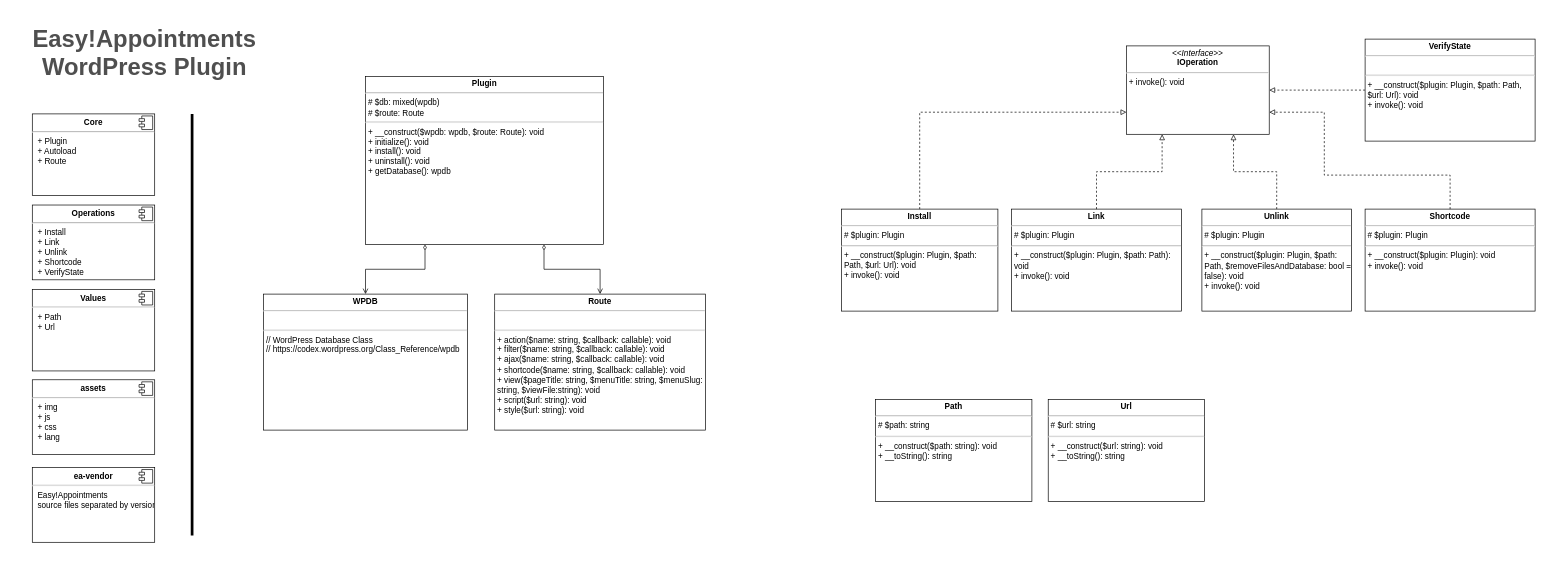
The draw.io diagram doc/class-diagram.drawio.xml in alextselegidis/easyappointments-wordpress, before the edit. Source tidied: cells renumbered, new cells numbered last; positions are measured from the earlier drawing's top-left corner, leaving out a move shared by most shapes. Both pictures are drawn from the tidied source at 68%, with x=0, y=0 at pixel (12, 12).
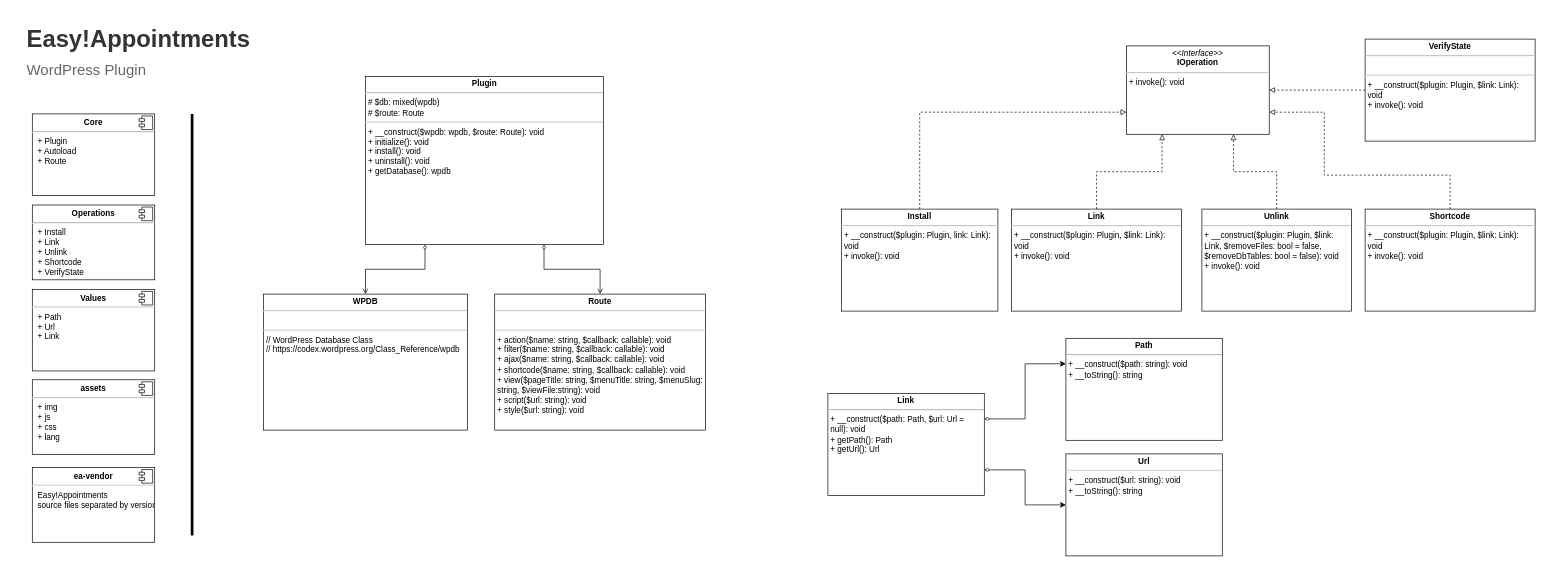
After the change.

Commit message (it also covers changes not shown here):
Updated UML diagrams with new information.

Change to the diagram source:
```diff
@@
-    <mxCell id="2" value="Easy!Appointments &lt;br&gt;WordPress Plugin" style="text;html=1;strokeColor=none;fillColor=none;align=center;verticalAlign=middle;whiteSpace=wrap;overflow=hidden;fontSize=35;fontStyle=1;fontColor=#4F4F4F;" parent="1" vertex="1">
-      <mxGeometry width="390" height="120" as="geometry" />
+    <mxCell id="2" value="&lt;font color=&quot;#333333&quot;&gt;Easy!Appointments&lt;/font&gt; &lt;br&gt;&lt;font style=&quot;font-size: 22px ; font-weight: normal&quot; color=&quot;#666666&quot;&gt;WordPress Plugin&lt;/font&gt;" style="text;html=1;strokeColor=none;fillColor=none;align=left;verticalAlign=middle;whiteSpace=wrap;overflow=hidden;fontSize=35;fontStyle=1;fontColor=#4F4F4F;" parent="1" vertex="1">
+      <mxGeometry x="20" width="390" height="120" as="geometry" />
     </mxCell>
@@
-    <mxCell id="13" value="&lt;p style=&quot;margin: 0px ; margin-top: 4px ; text-align: center&quot;&gt;&lt;b&gt;Install&lt;/b&gt;&lt;/p&gt;&lt;hr&gt;&lt;p style=&quot;margin: 0px ; margin-left: 4px&quot;&gt;&lt;span style=&quot;line-height: 15.1199998855591px&quot;&gt;# $plugin: Plugin&lt;/span&gt;&lt;br&gt;&lt;/p&gt;&lt;hr&gt;&lt;p style=&quot;margin: 0px ; margin-left: 4px&quot;&gt;+ __construct($plugin: Plugin, $path: Path, $url: Url&lt;span style=&quot;line-height: 1.26&quot;&gt;): void&lt;/span&gt;&lt;/p&gt;&lt;p style=&quot;margin: 0px ; margin-left: 4px&quot;&gt;+ invoke(): void&lt;/p&gt;" style="verticalAlign=top;align=left;overflow=fill;fontSize=12;fontFamily=Helvetica;html=1;whiteSpace=wrap;" parent="1" vertex="1">
+    <mxCell id="13" value="&lt;p style=&quot;margin: 0px ; margin-top: 4px ; text-align: center&quot;&gt;&lt;b&gt;Install&lt;/b&gt;&lt;/p&gt;&lt;hr&gt;&lt;p style=&quot;margin: 0px ; margin-left: 4px&quot;&gt;&lt;/p&gt;&lt;p style=&quot;margin: 0px ; margin-left: 4px&quot;&gt;&lt;span style=&quot;line-height: 1.2&quot;&gt;+ __construct($plugin: Plugin, link: Link&lt;/span&gt;&lt;span style=&quot;line-height: 1.26&quot;&gt;): void&lt;/span&gt;&lt;br&gt;&lt;/p&gt;&lt;p style=&quot;margin: 0px ; margin-left: 4px&quot;&gt;+ invoke(): void&lt;/p&gt;" style="verticalAlign=top;align=left;overflow=fill;fontSize=12;fontFamily=Helvetica;html=1;whiteSpace=wrap;" parent="1" vertex="1">
       <mxGeometry x="1220" y="290" width="230" height="150" as="geometry" />
     </mxCell>
-    <mxCell id="14" value="&lt;p style=&quot;margin: 0px ; margin-top: 4px ; text-align: center&quot;&gt;&lt;b&gt;Link&lt;/b&gt;&lt;/p&gt;&lt;hr&gt;&lt;p style=&quot;margin: 0px ; margin-left: 4px&quot;&gt;&lt;span style=&quot;line-height: 15.1199998855591px&quot;&gt;# $plugin: Plugin&lt;/span&gt;&lt;br&gt;&lt;/p&gt;&lt;hr&gt;&lt;p style=&quot;line-height: 15.1199998855591px ; margin: 0px 0px 0px 4px&quot;&gt;+ __construct($plugin: Plugin, $path: Path): void&lt;/p&gt;&lt;p style=&quot;line-height: 15.1199998855591px ; margin: 0px 0px 0px 4px&quot;&gt;+ invoke(): void&lt;/p&gt;" style="verticalAlign=top;align=left;overflow=fill;fontSize=12;fontFamily=Helvetica;html=1;whiteSpace=wrap;" parent="1" vertex="1">
+    <mxCell id="14" value="&lt;p style=&quot;margin: 0px ; margin-top: 4px ; text-align: center&quot;&gt;&lt;b&gt;Link&lt;/b&gt;&lt;/p&gt;&lt;hr&gt;&lt;p style=&quot;margin: 0px ; margin-left: 4px&quot;&gt;&lt;/p&gt;&lt;p style=&quot;line-height: 15.1199998855591px ; margin: 0px 0px 0px 4px&quot;&gt;+ __construct($plugin: Plugin, $link: Link): void&lt;/p&gt;&lt;p style=&quot;line-height: 15.1199998855591px ; margin: 0px 0px 0px 4px&quot;&gt;+ invoke(): void&lt;/p&gt;" style="verticalAlign=top;align=left;overflow=fill;fontSize=12;fontFamily=Helvetica;html=1;whiteSpace=wrap;" parent="1" vertex="1">
       <mxGeometry x="1470" y="290" width="250" height="150" as="geometry" />
     </mxCell>
@@
-    <mxCell id="18" value="&lt;p style=&quot;margin: 0px ; margin-top: 4px ; text-align: center&quot;&gt;&lt;b&gt;Shortcode&lt;/b&gt;&lt;/p&gt;&lt;hr&gt;&lt;p style=&quot;margin: 0px ; margin-left: 4px&quot;&gt;&lt;span style=&quot;line-height: 15.1199998855591px&quot;&gt;# $plugin: Plugin&lt;/span&gt;&lt;br&gt;&lt;/p&gt;&lt;hr&gt;&lt;p style=&quot;line-height: 15.1199998855591px ; margin: 0px 0px 0px 4px&quot;&gt;+ __construct($plugin: Plugin): void&lt;/p&gt;&lt;p style=&quot;line-height: 15.1199998855591px ; margin: 0px 0px 0px 4px&quot;&gt;+ invoke(): void&lt;/p&gt;" style="verticalAlign=top;align=left;overflow=fill;fontSize=12;fontFamily=Helvetica;html=1;whiteSpace=wrap;" parent="1" vertex="1">
+    <mxCell id="18" value="&lt;p style=&quot;margin: 0px ; margin-top: 4px ; text-align: center&quot;&gt;&lt;b&gt;Shortcode&lt;/b&gt;&lt;/p&gt;&lt;hr&gt;&lt;p style=&quot;margin: 0px ; margin-left: 4px&quot;&gt;&lt;/p&gt;&lt;p style=&quot;line-height: 15.1199998855591px ; margin: 0px 0px 0px 4px&quot;&gt;+ __construct($plugin: Plugin, $link: Link): void&lt;/p&gt;&lt;p style=&quot;line-height: 15.1199998855591px ; margin: 0px 0px 0px 4px&quot;&gt;+ invoke(): void&lt;/p&gt;" style="verticalAlign=top;align=left;overflow=fill;fontSize=12;fontFamily=Helvetica;html=1;whiteSpace=wrap;" parent="1" vertex="1">
       <mxGeometry x="1990" y="290" width="250" height="150" as="geometry" />
     </mxCell>
@@
-    <mxCell id="25" value="&lt;p style=&quot;margin: 0px ; margin-top: 4px ; text-align: center&quot;&gt;&lt;b&gt;Unlink&lt;/b&gt;&lt;/p&gt;&lt;hr&gt;&lt;p style=&quot;margin: 0px ; margin-left: 4px&quot;&gt;&lt;span style=&quot;line-height: 15.1199998855591px&quot;&gt;# $plugin: Plugin&lt;/span&gt;&lt;br&gt;&lt;/p&gt;&lt;hr&gt;&lt;p style=&quot;line-height: 15.1199998855591px ; margin: 0px 0px 0px 4px&quot;&gt;+ __construct($plugin: Plugin, $path: Path, $removeFilesAndDatabase: bool = false): void&lt;/p&gt;&lt;p style=&quot;line-height: 15.1199998855591px ; margin: 0px 0px 0px 4px&quot;&gt;+ invoke(): void&lt;/p&gt;" style="verticalAlign=top;align=left;overflow=fill;fontSize=12;fontFamily=Helvetica;html=1;whiteSpace=wrap;" parent="1" vertex="1">
+    <mxCell id="25" value="&lt;p style=&quot;margin: 0px ; margin-top: 4px ; text-align: center&quot;&gt;&lt;b&gt;Unlink&lt;/b&gt;&lt;/p&gt;&lt;hr&gt;&lt;p style=&quot;margin: 0px ; margin-left: 4px&quot;&gt;&lt;/p&gt;&lt;p style=&quot;line-height: 15.1199998855591px ; margin: 0px 0px 0px 4px&quot;&gt;+ __construct($plugin: Plugin, $link: Link, $removeFiles: bool = false, $removeDbTables: bool = false): void&lt;/p&gt;&lt;p style=&quot;line-height: 15.1199998855591px ; margin: 0px 0px 0px 4px&quot;&gt;+ invoke(): void&lt;/p&gt;" style="verticalAlign=top;align=left;overflow=fill;fontSize=12;fontFamily=Helvetica;html=1;whiteSpace=wrap;" parent="1" vertex="1">
       <mxGeometry x="1750" y="290" width="220" height="150" as="geometry" />
     </mxCell>
-    <mxCell id="26" value="&lt;p style=&quot;margin: 0px ; margin-top: 6px ; text-align: center&quot;&gt;&lt;b&gt;Values&lt;/b&gt;&lt;/p&gt;&lt;hr&gt;&lt;p style=&quot;margin: 0px ; margin-left: 8px&quot;&gt;+ Path&lt;/p&gt;&lt;p style=&quot;margin: 0px ; margin-left: 8px&quot;&gt;+ Url&lt;/p&gt;&lt;p style=&quot;margin: 0px ; margin-left: 8px&quot;&gt;&lt;br&gt;&lt;/p&gt;&lt;p style=&quot;margin: 0px ; margin-left: 8px&quot;&gt;&lt;br&gt;&lt;/p&gt;" style="align=left;overflow=fill;html=1;" parent="1" vertex="1">
+    <mxCell id="26" value="&lt;p style=&quot;margin: 0px ; margin-top: 6px ; text-align: center&quot;&gt;&lt;b&gt;Values&lt;/b&gt;&lt;/p&gt;&lt;hr&gt;&lt;p style=&quot;margin: 0px ; margin-left: 8px&quot;&gt;+ Path&lt;/p&gt;&lt;p style=&quot;margin: 0px ; margin-left: 8px&quot;&gt;+ Url&lt;/p&gt;&lt;p style=&quot;margin: 0px ; margin-left: 8px&quot;&gt;+ Link&lt;/p&gt;&lt;p style=&quot;margin: 0px ; margin-left: 8px&quot;&gt;&lt;br&gt;&lt;/p&gt;&lt;p style=&quot;margin: 0px ; margin-left: 8px&quot;&gt;&lt;br&gt;&lt;/p&gt;" style="align=left;overflow=fill;html=1;" parent="1" vertex="1">
       <mxGeometry x="30" y="408" width="180" height="120" as="geometry" />
     </mxCell>
@@
-    <mxCell id="28" value="&lt;p style=&quot;margin: 0px ; margin-top: 4px ; text-align: center&quot;&gt;&lt;b&gt;Path&lt;/b&gt;&lt;/p&gt;&lt;hr&gt;&lt;p style=&quot;margin: 0px ; margin-left: 4px&quot;&gt;&lt;span style=&quot;line-height: 15.1199998855591px&quot;&gt;# $path: string&lt;/span&gt;&lt;br&gt;&lt;/p&gt;&lt;hr&gt;&lt;p style=&quot;margin: 0px ; margin-left: 4px&quot;&gt;+ __construct($path: string&lt;span style=&quot;line-height: 1.26&quot;&gt;): void&lt;/span&gt;&lt;/p&gt;&lt;p style=&quot;margin: 0px ; margin-left: 4px&quot;&gt;+ __toString(): string&lt;/p&gt;" style="verticalAlign=top;align=left;overflow=fill;fontSize=12;fontFamily=Helvetica;html=1;whiteSpace=wrap;" parent="1" vertex="1">
-      <mxGeometry x="1270" y="570" width="230" height="150" as="geometry" />
+    <mxCell id="28" value="&lt;p style=&quot;margin: 0px ; margin-top: 4px ; text-align: center&quot;&gt;&lt;b&gt;Path&lt;/b&gt;&lt;/p&gt;&lt;hr&gt;&lt;p style=&quot;margin: 0px ; margin-left: 4px&quot;&gt;&lt;/p&gt;&lt;p style=&quot;margin: 0px ; margin-left: 4px&quot;&gt;+ __construct($path: string&lt;span style=&quot;line-height: 1.26&quot;&gt;): void&lt;/span&gt;&lt;/p&gt;&lt;p style=&quot;margin: 0px ; margin-left: 4px&quot;&gt;+ __toString(): string&lt;/p&gt;" style="verticalAlign=top;align=left;overflow=fill;fontSize=12;fontFamily=Helvetica;html=1;whiteSpace=wrap;" parent="1" vertex="1">
+      <mxGeometry x="1550" y="480" width="230" height="150" as="geometry" />
     </mxCell>
-    <mxCell id="29" value="&lt;p style=&quot;margin: 0px ; margin-top: 4px ; text-align: center&quot;&gt;&lt;b&gt;Url&lt;/b&gt;&lt;/p&gt;&lt;hr&gt;&lt;p style=&quot;margin: 0px ; margin-left: 4px&quot;&gt;&lt;span style=&quot;line-height: 15.1199998855591px&quot;&gt;# $url: string&lt;/span&gt;&lt;br&gt;&lt;/p&gt;&lt;hr&gt;&lt;p style=&quot;margin: 0px ; margin-left: 4px&quot;&gt;+ __construct($url: string&lt;span style=&quot;line-height: 1.26&quot;&gt;): void&lt;/span&gt;&lt;/p&gt;&lt;p style=&quot;margin: 0px ; margin-left: 4px&quot;&gt;+ __toString(): string&lt;/p&gt;" style="verticalAlign=top;align=left;overflow=fill;fontSize=12;fontFamily=Helvetica;html=1;whiteSpace=wrap;" parent="1" vertex="1">
-      <mxGeometry x="1524" y="570" width="230" height="150" as="geometry" />
+    <mxCell id="29" value="&lt;p style=&quot;margin: 0px ; margin-top: 4px ; text-align: center&quot;&gt;&lt;b&gt;Url&lt;/b&gt;&lt;/p&gt;&lt;hr&gt;&lt;p style=&quot;margin: 0px ; margin-left: 4px&quot;&gt;&lt;/p&gt;&lt;p style=&quot;margin: 0px ; margin-left: 4px&quot;&gt;+ __construct($url: string&lt;span style=&quot;line-height: 1.26&quot;&gt;): void&lt;/span&gt;&lt;/p&gt;&lt;p style=&quot;margin: 0px ; margin-left: 4px&quot;&gt;+ __toString(): string&lt;/p&gt;" style="verticalAlign=top;align=left;overflow=fill;fontSize=12;fontFamily=Helvetica;html=1;whiteSpace=wrap;" parent="1" vertex="1">
+      <mxGeometry x="1550" y="650" width="230" height="150" as="geometry" />
     </mxCell>
@@
-    <mxCell id="31" value="&lt;p style=&quot;margin: 0px ; margin-top: 4px ; text-align: center&quot;&gt;&lt;b&gt;VerifyState&lt;/b&gt;&lt;/p&gt;&lt;hr&gt;&lt;p style=&quot;margin: 0px ; margin-left: 4px&quot;&gt;&lt;br&gt;&lt;/p&gt;&lt;hr&gt;&lt;p style=&quot;line-height: 15.1199998855591px ; margin: 0px 0px 0px 4px&quot;&gt;+ __construct($plugin: Plugin, $path: Path, $url: Url): void&lt;/p&gt;&lt;p style=&quot;line-height: 15.1199998855591px ; margin: 0px 0px 0px 4px&quot;&gt;+ invoke(): void&lt;/p&gt;" style="verticalAlign=top;align=left;overflow=fill;fontSize=12;fontFamily=Helvetica;html=1;whiteSpace=wrap;" parent="1" vertex="1">
+    <mxCell id="31" value="&lt;p style=&quot;margin: 0px ; margin-top: 4px ; text-align: center&quot;&gt;&lt;b&gt;VerifyState&lt;/b&gt;&lt;/p&gt;&lt;hr&gt;&lt;p style=&quot;margin: 0px ; margin-left: 4px&quot;&gt;&lt;br&gt;&lt;/p&gt;&lt;hr&gt;&lt;p style=&quot;line-height: 15.1199998855591px ; margin: 0px 0px 0px 4px&quot;&gt;+ __construct($plugin: Plugin, $link: Link): void&lt;/p&gt;&lt;p style=&quot;line-height: 15.1199998855591px ; margin: 0px 0px 0px 4px&quot;&gt;+ invoke(): void&lt;/p&gt;" style="verticalAlign=top;align=left;overflow=fill;fontSize=12;fontFamily=Helvetica;html=1;whiteSpace=wrap;" parent="1" vertex="1">
       <mxGeometry x="1990" y="40" width="250" height="150" as="geometry" />
     </mxCell>
+    <mxCell id="32" style="edgeStyle=orthogonalEdgeStyle;rounded=0;html=1;exitX=1;exitY=0.25;entryX=0;entryY=0.25;jettySize=auto;startArrow=diamondThin;startFill=0;" parent="1" edge="1" source="34" target="28">
+      <mxGeometry relative="1" as="geometry" />
+    </mxCell>
+    <mxCell id="33" style="edgeStyle=orthogonalEdgeStyle;rounded=0;html=1;exitX=1;exitY=0.75;entryX=0;entryY=0.5;jettySize=auto;startArrow=diamondThin;startFill=0;" parent="1" edge="1" source="34" target="29">
+      <mxGeometry relative="1" as="geometry" />
+    </mxCell>
+    <mxCell id="34" value="&lt;p style=&quot;margin: 0px ; margin-top: 4px ; text-align: center&quot;&gt;&lt;b&gt;Link&lt;/b&gt;&lt;/p&gt;&lt;hr&gt;&lt;p style=&quot;margin: 0px ; margin-left: 4px&quot;&gt;&lt;/p&gt;&lt;p style=&quot;margin: 0px ; margin-left: 4px&quot;&gt;+ __construct($path: Path, $url: Url = null&lt;span style=&quot;line-height: 1.26&quot;&gt;): void&lt;/span&gt;&lt;/p&gt;&lt;p style=&quot;margin: 0px ; margin-left: 4px&quot;&gt;+ getPath(): Path&lt;/p&gt;&lt;p style=&quot;margin: 0px ; margin-left: 4px&quot;&gt;+ getUrl(): Url&lt;/p&gt;&lt;p style=&quot;margin: 0px ; margin-left: 4px&quot;&gt;&lt;br&gt;&lt;/p&gt;" style="verticalAlign=top;align=left;overflow=fill;fontSize=12;fontFamily=Helvetica;html=1;whiteSpace=wrap;" parent="1" vertex="1">
+      <mxGeometry x="1200" y="561" width="230" height="150" as="geometry" />
+    </mxCell>
```
